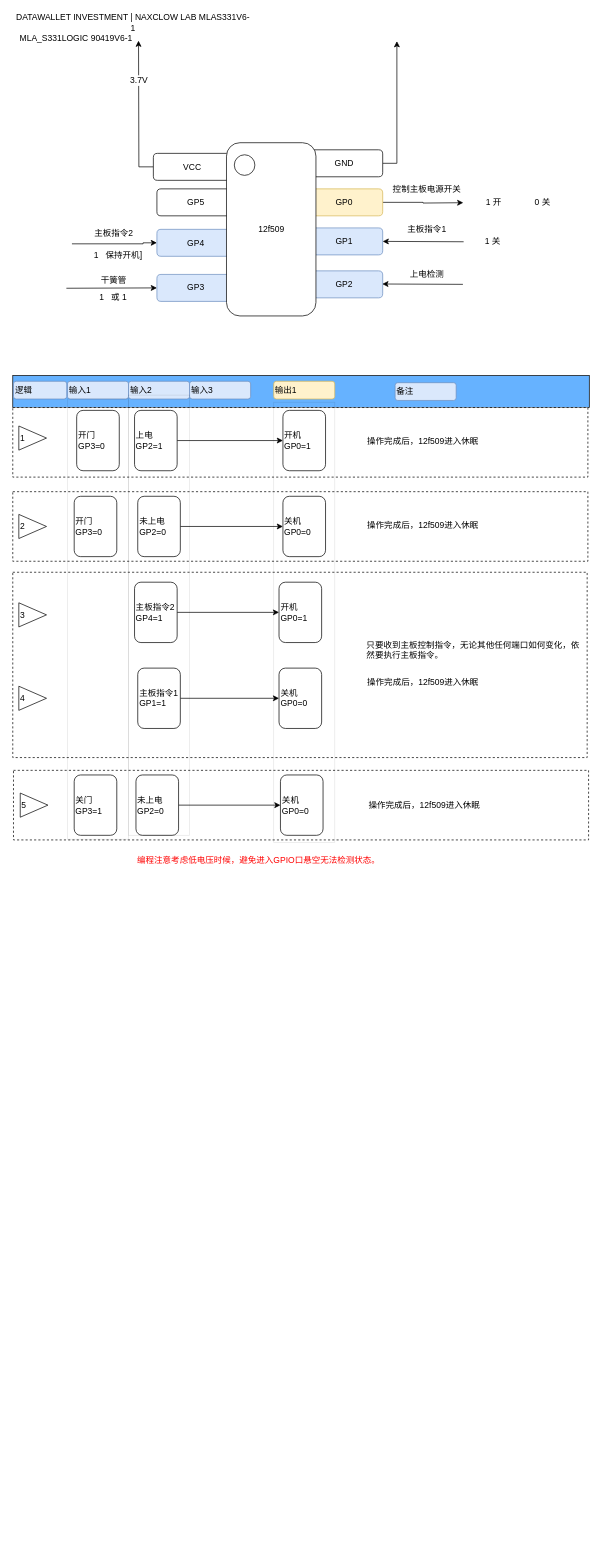
Before: 12f509logicgram_v6.drawio in svija/pubsub, a draw.io diagram. Source tidied: cells renumbered, new cells numbered last; positions are measured from the earlier drawing's top-left corner, leaving out a move shared by most shapes. Both pictures are drawn from the tidied source at 71%, with x=0, y=0 at pixel (13, 14).
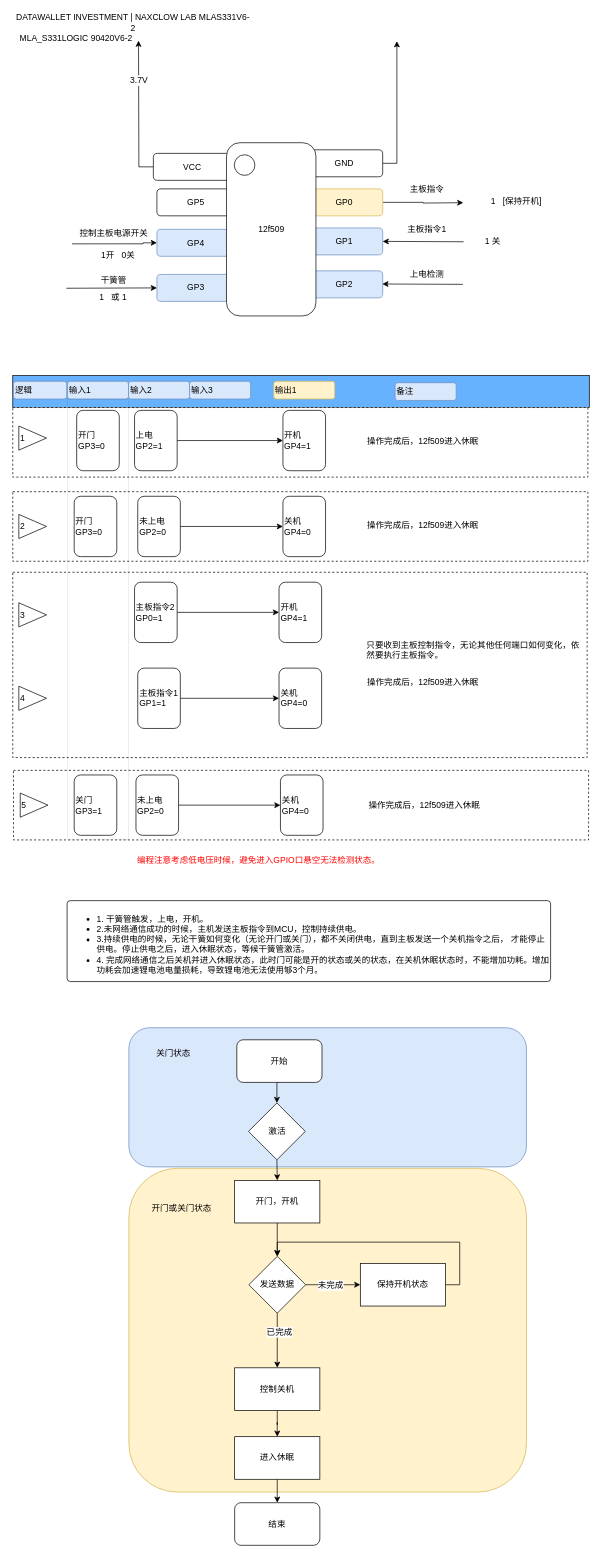
The same diagram, later.

What changed in the source:
```diff
@@
+    <mxCell id="75" style="rounded=1;whiteSpace=wrap;html=1;align=center;fillColor=#dae8fc;strokeColor=#6c8ebf;" parent="1" vertex="1">
+      <mxGeometry x="163" y="1427" width="560" height="196" as="geometry" />
+    </mxCell>
+    <mxCell id="76" style="rounded=1;whiteSpace=wrap;html=1;align=center;fillColor=#fff2cc;strokeColor=#d6b656;" parent="1" vertex="1">
+      <mxGeometry x="163" y="1625" width="560" height="456" as="geometry" />
+    </mxCell>
@@
-    <mxCell id="22" value="控制主板电源开关" style="text;html=1;strokeColor=none;fillColor=none;align=center;verticalAlign=middle;whiteSpace=wrap;rounded=0;" parent="1" vertex="1">
+    <mxCell id="22" value="主板指令" style="text;html=1;strokeColor=none;fillColor=none;align=center;verticalAlign=middle;whiteSpace=wrap;rounded=0;" parent="1" vertex="1">
       <mxGeometry x="526.5" y="237" width="112" height="17" as="geometry" />
     </mxCell>
-    <mxCell id="23" value="1 开" style="text;html=1;strokeColor=none;fillColor=none;align=center;verticalAlign=middle;whiteSpace=wrap;rounded=0;" parent="1" vertex="1">
-      <mxGeometry x="656.5" y="255" width="40" height="20" as="geometry" />
+    <mxCell id="23" value="1&amp;nbsp; &amp;nbsp;[保持开机]" style="text;html=1;strokeColor=none;fillColor=none;align=center;verticalAlign=middle;whiteSpace=wrap;rounded=0;" parent="1" vertex="1">
+      <mxGeometry x="657" y="255" width="104" height="18" as="geometry" />
     </mxCell>
-    <mxCell id="24" value="0 关" style="text;html=1;strokeColor=none;fillColor=none;align=center;verticalAlign=middle;whiteSpace=wrap;rounded=0;" parent="1" vertex="1">
-      <mxGeometry x="725.5" y="255" width="40" height="20" as="geometry" />
-    </mxCell>
@@
-    <mxCell id="28" value="主板指令2" style="text;html=1;strokeColor=none;fillColor=none;align=center;verticalAlign=middle;whiteSpace=wrap;rounded=0;" parent="1" vertex="1">
+    <mxCell id="28" value="控制主板电源开关" style="text;html=1;strokeColor=none;fillColor=none;align=center;verticalAlign=middle;whiteSpace=wrap;rounded=0;" parent="1" vertex="1">
       <mxGeometry x="85.5" y="300.5" width="112" height="17" as="geometry" />
     </mxCell>
-    <mxCell id="29" value="1&amp;nbsp; &amp;nbsp;保持开机]" style="text;html=1;strokeColor=none;fillColor=none;align=center;verticalAlign=middle;whiteSpace=wrap;rounded=0;" parent="1" vertex="1">
+    <mxCell id="29" value="1开&amp;nbsp; &amp;nbsp;0关" style="text;html=1;strokeColor=none;fillColor=none;align=center;verticalAlign=middle;whiteSpace=wrap;rounded=0;" parent="1" vertex="1">
       <mxGeometry x="92.5" y="328.5" width="110" height="20" as="geometry" />
     </mxCell>
@@
-    <mxCell id="41" value="开机&lt;br&gt;GP0=1&lt;br&gt;" style="rounded=1;whiteSpace=wrap;html=1;align=left;" parent="1" vertex="1">
+    <mxCell id="41" value="开机&lt;br&gt;GP4=1&lt;br&gt;" style="rounded=1;whiteSpace=wrap;html=1;align=left;" parent="1" vertex="1">
       <mxGeometry x="380" y="557.5" width="60" height="85" as="geometry" />
     </mxCell>
@@
-    <mxCell id="46" value="关机&lt;br&gt;GP0=0&lt;br&gt;" style="rounded=1;whiteSpace=wrap;html=1;align=left;" parent="1" vertex="1">
+    <mxCell id="46" value="关机&lt;br&gt;GP4=0&lt;br&gt;" style="rounded=1;whiteSpace=wrap;html=1;align=left;" parent="1" vertex="1">
       <mxGeometry x="380" y="678.5" width="60" height="85" as="geometry" />
     </mxCell>
@@
-    <mxCell id="48" value="主板指令2&lt;br&gt;GP4=1&lt;br&gt;" style="rounded=1;whiteSpace=wrap;html=1;align=left;" parent="1" vertex="1">
+    <mxCell id="48" value="主板指令2&lt;br&gt;GP0=1&lt;br&gt;" style="rounded=1;whiteSpace=wrap;html=1;align=left;" parent="1" vertex="1">
       <mxGeometry x="171" y="799.5" width="60" height="85" as="geometry" />
     </mxCell>
-    <mxCell id="49" value="开机&lt;br&gt;GP0=1&lt;br&gt;" style="rounded=1;whiteSpace=wrap;html=1;align=left;" parent="1" vertex="1">
+    <mxCell id="49" value="开机&lt;br&gt;GP4=1&lt;br&gt;" style="rounded=1;whiteSpace=wrap;html=1;align=left;" parent="1" vertex="1">
       <mxGeometry x="374.5" y="799.5" width="60" height="85" as="geometry" />
     </mxCell>
@@
-    <mxCell id="52" value="关机&lt;br&gt;GP0=0&lt;br&gt;" style="rounded=1;whiteSpace=wrap;html=1;align=left;" parent="1" vertex="1">
+    <mxCell id="52" value="关机&lt;br&gt;GP4=0&lt;br&gt;" style="rounded=1;whiteSpace=wrap;html=1;align=left;" parent="1" vertex="1">
       <mxGeometry x="374.5" y="920.5" width="60" height="85" as="geometry" />
     </mxCell>
@@
-    <mxCell id="57" value="关机&lt;br&gt;GP0=0&lt;br&gt;" style="rounded=1;whiteSpace=wrap;html=1;align=left;" parent="1" vertex="1">
+    <mxCell id="57" value="关机&lt;br&gt;GP4=0&lt;br&gt;" style="rounded=1;whiteSpace=wrap;html=1;align=left;" parent="1" vertex="1">
       <mxGeometry x="376.5" y="1071" width="60" height="85" as="geometry" />
     </mxCell>
@@
-    <mxCell id="68" style="rounded=0;whiteSpace=wrap;html=1;strokeColor=#000000;fontColor=#000000;align=left;fillColor=none;opacity=10;" parent="1" vertex="1">
-      <mxGeometry x="162.5" y="536" width="86" height="620" as="geometry" />
-    </mxCell>
-    <mxCell id="69" style="rounded=0;whiteSpace=wrap;html=1;strokeColor=#000000;fontColor=#000000;align=left;fillColor=none;opacity=10;" parent="1" vertex="1">
-      <mxGeometry x="367" y="546" width="86" height="620" as="geometry" />
-    </mxCell>
@@
-    <mxCell id="72" value="MLA_S331LOGIC 90419V6-1" style="text;html=1;strokeColor=none;fillColor=none;align=center;verticalAlign=middle;whiteSpace=wrap;rounded=0;fontColor=#000000;opacity=10;" parent="1" vertex="1">
+    <mxCell id="72" value="MLA_S331LOGIC 90420V6-2" style="text;html=1;strokeColor=none;fillColor=none;align=center;verticalAlign=middle;whiteSpace=wrap;rounded=0;fontColor=#000000;opacity=10;" parent="1" vertex="1">
       <mxGeometry x="2" y="22.5" width="174" height="23" as="geometry" />
     </mxCell>
-    <mxCell id="73" value="DATAWALLET INVESTMENT | NAXCLOW LAB MLAS331V6-1" style="text;html=1;strokeColor=none;fillColor=none;align=center;verticalAlign=middle;whiteSpace=wrap;rounded=0;fontColor=#000000;opacity=10;" parent="1" vertex="1">
+    <mxCell id="73" value="DATAWALLET INVESTMENT | NAXCLOW LAB MLAS331V6-2" style="text;html=1;strokeColor=none;fillColor=none;align=center;verticalAlign=middle;whiteSpace=wrap;rounded=0;fontColor=#000000;opacity=10;" parent="1" vertex="1">
       <mxGeometry x="1" y="-0.5" width="336" height="23" as="geometry" />
     </mxCell>
@@
+    <mxCell id="77" value="&lt;ul&gt;&lt;li&gt;1. 干簧管触发，上电，开机。&lt;/li&gt;&lt;li&gt;2.未网络通信成功的时候，主机发送主板指令到MCU，控制持续供电。&lt;/li&gt;&lt;li&gt;3.持续供电的时候，无论干簧如何变化（无论开门或关门），都不关闭供电，直到主板发送一个关机指令之后， 才能停止供电。停止供电之后，进入休眠状态，等候干簧管激活。&lt;/li&gt;&lt;li&gt;4. 完成网络通信之后关机并进入休眠状态，此时门可能是开的状态或关的状态，在关机休眠状态时，不能增加功耗。增加功耗会加速锂电池电量损耗，导致锂电池无法使用够3个月。&lt;/li&gt;&lt;/ul&gt;&lt;br&gt;" style="rounded=1;whiteSpace=wrap;html=1;align=left;verticalAlign=top;arcSize=4;" parent="1" vertex="1">
+      <mxGeometry x="76" y="1248" width="681" height="114" as="geometry" />
+    </mxCell>
+    <mxCell id="78" style="edgeStyle=orthogonalEdgeStyle;rounded=0;jettySize=auto;html=1;exitX=0.5;exitY=1;exitDx=0;exitDy=0;entryX=0.5;entryY=0;entryDx=0;entryDy=0;" parent="1" edge="1" source="79" target="81">
+      <mxGeometry relative="1" as="geometry" />
+    </mxCell>
+    <mxCell id="79" value="&lt;div style=&quot;text-align: center&quot;&gt;&lt;span&gt;开始&lt;/span&gt;&lt;/div&gt;" style="rounded=1;whiteSpace=wrap;html=1;align=center;" parent="1" vertex="1">
+      <mxGeometry x="315" y="1444" width="120" height="60" as="geometry" />
+    </mxCell>
+    <mxCell id="80" style="edgeStyle=orthogonalEdgeStyle;rounded=0;jettySize=auto;html=1;exitX=0.5;exitY=1;exitDx=0;exitDy=0;entryX=0.5;entryY=0;entryDx=0;entryDy=0;" parent="1" edge="1" source="81" target="83">
+      <mxGeometry relative="1" as="geometry" />
+    </mxCell>
+    <mxCell id="81" value="激活" style="rhombus;whiteSpace=wrap;html=1;align=center;" parent="1" vertex="1">
+      <mxGeometry x="331.5" y="1533" width="80" height="80" as="geometry" />
+    </mxCell>
+    <mxCell id="82" style="edgeStyle=orthogonalEdgeStyle;rounded=0;jettySize=auto;html=1;exitX=0.5;exitY=1;exitDx=0;exitDy=0;entryX=0.5;entryY=0;entryDx=0;entryDy=0;" parent="1" edge="1" source="83" target="88">
+      <mxGeometry relative="1" as="geometry" />
+    </mxCell>
+    <mxCell id="83" value="开门，开机" style="rounded=0;whiteSpace=wrap;html=1;align=center;" parent="1" vertex="1">
+      <mxGeometry x="312" y="1642" width="120" height="60" as="geometry" />
+    </mxCell>
+    <mxCell id="84" style="edgeStyle=orthogonalEdgeStyle;rounded=0;jettySize=auto;html=1;" parent="1" edge="1" source="88">
+      <mxGeometry relative="1" as="geometry">
+        <mxPoint x="489" y="1789" as="targetPoint" />
+      </mxGeometry>
+    </mxCell>
+    <mxCell id="85" value="未完成" style="text;html=1;align=center;verticalAlign=middle;labelBackgroundColor=#ffffff;" parent="84" vertex="1">
+      <mxGeometry x="0.34" y="1" relative="1" as="geometry">
+        <mxPoint x="-16.5" y="1" as="offset" />
+      </mxGeometry>
+    </mxCell>
+    <mxCell id="86" style="edgeStyle=orthogonalEdgeStyle;rounded=0;jettySize=auto;html=1;entryX=0.5;entryY=0;entryDx=0;entryDy=0;" parent="1" edge="1" source="88" target="92">
+      <mxGeometry relative="1" as="geometry" />
+    </mxCell>
+    <mxCell id="87" value="已完成" style="text;html=1;align=center;verticalAlign=middle;labelBackgroundColor=#ffffff;" parent="86" vertex="1">
+      <mxGeometry x="-0.32" y="2" relative="1" as="geometry" />
+    </mxCell>
+    <mxCell id="88" value="发送数据" style="rhombus;whiteSpace=wrap;html=1;align=center;" parent="1" vertex="1">
+      <mxGeometry x="332" y="1749" width="80" height="80" as="geometry" />
+    </mxCell>
+    <mxCell id="89" style="edgeStyle=orthogonalEdgeStyle;rounded=0;jettySize=auto;html=1;exitX=1;exitY=0.5;exitDx=0;exitDy=0;entryX=0.5;entryY=0;entryDx=0;entryDy=0;" parent="1" edge="1" source="90" target="88">
+      <mxGeometry relative="1" as="geometry">
+        <Array as="points">
+          <mxPoint x="629" y="1789" />
+          <mxPoint x="629" y="1729" />
+          <mxPoint x="372" y="1729" />
+        </Array>
+      </mxGeometry>
+    </mxCell>
+    <mxCell id="90" value="保持开机状态" style="rounded=0;whiteSpace=wrap;html=1;align=center;" parent="1" vertex="1">
+      <mxGeometry x="489" y="1759" width="120" height="60" as="geometry" />
+    </mxCell>
+    <mxCell id="91" style="edgeStyle=orthogonalEdgeStyle;rounded=0;jettySize=auto;html=1;exitX=0.5;exitY=1;exitDx=0;exitDy=0;" parent="1" edge="1" source="92" target="94">
+      <mxGeometry relative="1" as="geometry" />
+    </mxCell>
+    <mxCell id="92" value="控制关机" style="rounded=0;whiteSpace=wrap;html=1;align=center;" parent="1" vertex="1">
+      <mxGeometry x="312" y="1906" width="120" height="60" as="geometry" />
+    </mxCell>
+    <mxCell id="93" style="edgeStyle=orthogonalEdgeStyle;rounded=0;jettySize=auto;html=1;exitX=0.5;exitY=1;exitDx=0;exitDy=0;entryX=0.5;entryY=0;entryDx=0;entryDy=0;" parent="1" edge="1" source="94" target="95">
+      <mxGeometry relative="1" as="geometry" />
+    </mxCell>
+    <mxCell id="94" value="进入休眠" style="rounded=0;whiteSpace=wrap;html=1;align=center;" parent="1" vertex="1">
+      <mxGeometry x="312" y="2003" width="120" height="60" as="geometry" />
+    </mxCell>
+    <mxCell id="95" value="结束" style="rounded=1;whiteSpace=wrap;html=1;align=center;" parent="1" vertex="1">
+      <mxGeometry x="312" y="2096" width="120" height="60" as="geometry" />
+    </mxCell>
+    <mxCell id="96" value="关门状态" style="text;html=1;strokeColor=none;fillColor=none;align=center;verticalAlign=middle;whiteSpace=wrap;rounded=0;" parent="1" vertex="1">
+      <mxGeometry x="191" y="1454" width="70" height="20" as="geometry" />
+    </mxCell>
+    <mxCell id="97" value="开门或关门状态" style="text;html=1;strokeColor=none;fillColor=none;align=center;verticalAlign=middle;whiteSpace=wrap;rounded=0;" parent="1" vertex="1">
+      <mxGeometry x="187" y="1672" width="101" height="20" as="geometry" />
+    </mxCell>
```
